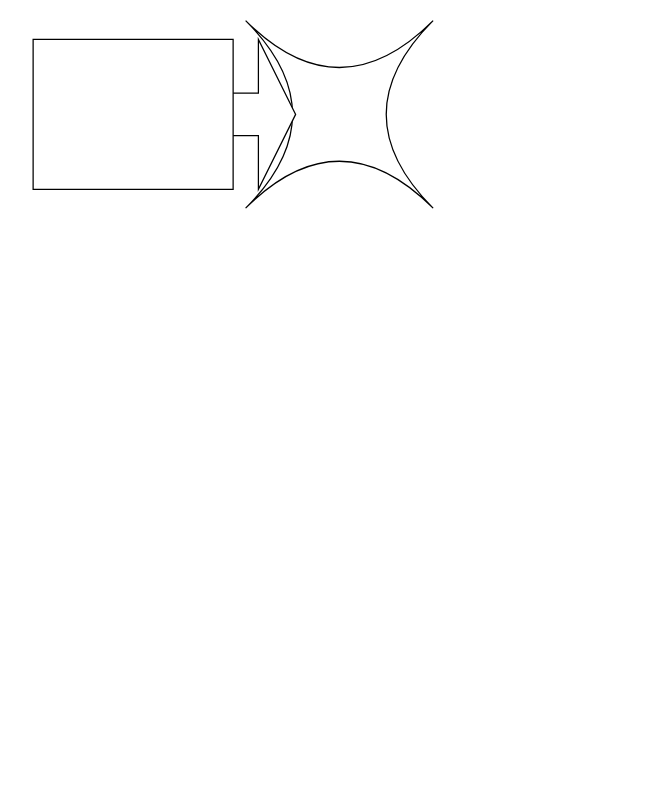
Earlier version of the draw.io diagram causeeffect.drawio (mechanikate/diagrams). Source tidied: cells renumbered, new cells numbered last; positions are measured from the earlier drawing's top-left corner, leaving out a move shared by most shapes. Both pictures are drawn from the tidied source at 125%, with x=0, y=0 at pixel (32, 20).
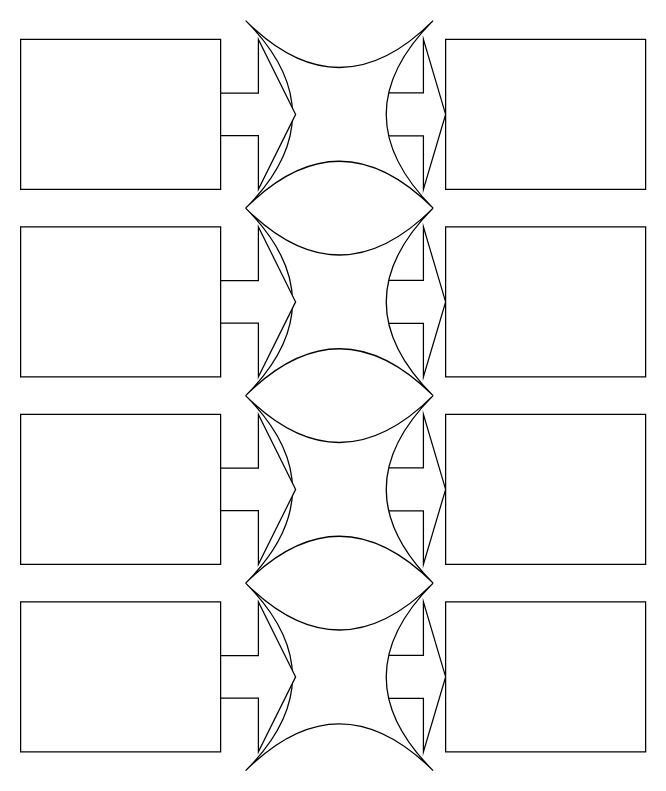
After the change.

What changed in the source:
```diff
@@
+    <mxCell id="5" style="shape=singleArrow;whiteSpace=wrap;html=1;arrowWidth=0.28600667317708334;arrowSize=0.3554119873046875;" parent="1" vertex="1">
+      <mxGeometry x="280" y="15" width="50" height="120" as="geometry" />
+    </mxCell>
@@
     <mxCell id="4" style="rounded=0;whiteSpace=wrap;html=1;" parent="1" vertex="1">
-      <mxGeometry y="15" width="160" height="120" as="geometry" />
+      <mxGeometry x="-10" y="15" width="160" height="120" as="geometry" />
     </mxCell>
+    <mxCell id="6" style="rounded=0;whiteSpace=wrap;html=1;" parent="1" vertex="1">
+      <mxGeometry x="330" y="15" width="160" height="120" as="geometry" />
+    </mxCell>
+    <mxCell id="7" style="shape=singleArrow;whiteSpace=wrap;html=1;arrowWidth=0.28600667317708334;arrowSize=0.3554119873046875;" parent="1" vertex="1">
+      <mxGeometry x="280" y="165" width="50" height="120" as="geometry" />
+    </mxCell>
+    <mxCell id="8" style="shape=switch;whiteSpace=wrap;html=1;" parent="1" vertex="1">
+      <mxGeometry x="170" y="150" width="150" height="150" as="geometry" />
+    </mxCell>
+    <mxCell id="9" style="shape=singleArrow;whiteSpace=wrap;html=1;arrowWidth=0.2849049886067708;arrowSize=0.27071868896484375;" parent="1" vertex="1">
+      <mxGeometry x="100" y="165" width="110" height="120" as="geometry" />
+    </mxCell>
+    <mxCell id="10" style="rounded=0;whiteSpace=wrap;html=1;" parent="1" vertex="1">
+      <mxGeometry x="-10" y="165" width="160" height="120" as="geometry" />
+    </mxCell>
+    <mxCell id="11" style="rounded=0;whiteSpace=wrap;html=1;" parent="1" vertex="1">
+      <mxGeometry x="330" y="165" width="160" height="120" as="geometry" />
+    </mxCell>
+    <mxCell id="12" style="shape=singleArrow;whiteSpace=wrap;html=1;arrowWidth=0.28600667317708334;arrowSize=0.3554119873046875;" parent="1" vertex="1">
+      <mxGeometry x="280" y="315" width="50" height="120" as="geometry" />
+    </mxCell>
+    <mxCell id="13" style="shape=switch;whiteSpace=wrap;html=1;" parent="1" vertex="1">
+      <mxGeometry x="170" y="300" width="150" height="150" as="geometry" />
+    </mxCell>
+    <mxCell id="14" style="shape=singleArrow;whiteSpace=wrap;html=1;arrowWidth=0.2849049886067708;arrowSize=0.27071868896484375;" parent="1" vertex="1">
+      <mxGeometry x="100" y="315" width="110" height="120" as="geometry" />
+    </mxCell>
+    <mxCell id="15" style="rounded=0;whiteSpace=wrap;html=1;" parent="1" vertex="1">
+      <mxGeometry x="330" y="315" width="160" height="120" as="geometry" />
+    </mxCell>
+    <mxCell id="16" style="shape=singleArrow;whiteSpace=wrap;html=1;arrowWidth=0.28600667317708334;arrowSize=0.3554119873046875;" parent="1" vertex="1">
+      <mxGeometry x="280" y="465" width="50" height="120" as="geometry" />
+    </mxCell>
+    <mxCell id="17" style="shape=switch;whiteSpace=wrap;html=1;" parent="1" vertex="1">
+      <mxGeometry x="170" y="450" width="150" height="150" as="geometry" />
+    </mxCell>
+    <mxCell id="18" style="shape=singleArrow;whiteSpace=wrap;html=1;arrowWidth=0.2849049886067708;arrowSize=0.27071868896484375;" parent="1" vertex="1">
+      <mxGeometry x="100" y="465" width="110" height="120" as="geometry" />
+    </mxCell>
+    <mxCell id="19" style="rounded=0;whiteSpace=wrap;html=1;" parent="1" vertex="1">
+      <mxGeometry x="330" y="465" width="160" height="120" as="geometry" />
+    </mxCell>
+    <mxCell id="20" style="rounded=0;whiteSpace=wrap;html=1;" parent="1" vertex="1">
+      <mxGeometry x="-10" y="315" width="160" height="120" as="geometry" />
+    </mxCell>
+    <mxCell id="21" style="rounded=0;whiteSpace=wrap;html=1;" parent="1" vertex="1">
+      <mxGeometry x="-10" y="465" width="160" height="120" as="geometry" />
+    </mxCell>
```
